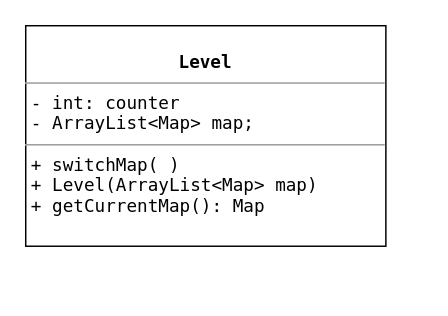
This is log/diagrams/UML/Alessia/Level.drawio from weiss25r/Progetto-ISS-2022-2023, a draw.io file, before an edit. Source tidied: cells renumbered, new cells numbered last; positions are measured from the earlier drawing's top-left corner, leaving out a move shared by most shapes. Both pictures are drawn from the tidied source at 147%, with x=0, y=0 at pixel (25, 25).
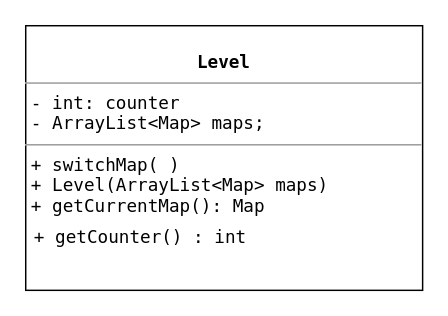
Above is the later version.

Commit message (it also covers changes not shown here):
Aggiornamenti Level

Change to the diagram source:
```diff
@@
 <mxGraphModel>
   <root>
     <mxCell id="0" />
     <mxCell id="1" parent="0" />
-    <mxCell id="2" value="&lt;p style=&quot;margin:0px;margin-top:4px;text-align:center;&quot;&gt;&lt;br&gt;&lt;b&gt;Level&lt;/b&gt;&lt;/p&gt;&lt;hr size=&quot;1&quot;&gt;&lt;p style=&quot;margin:0px;margin-left:4px;&quot;&gt;- int: counter&lt;/p&gt;&lt;p style=&quot;margin:0px;margin-left:4px;&quot;&gt;- ArrayList&amp;lt;Map&amp;gt; map;&lt;/p&gt;&lt;hr size=&quot;1&quot;&gt;&lt;p style=&quot;margin:0px;margin-left:4px;&quot;&gt;+ switchMap( )&lt;br&gt;+ Level(ArrayList&amp;lt;Map&amp;gt; map)&lt;/p&gt;&lt;p style=&quot;margin:0px;margin-left:4px;&quot;&gt;+ getCurrentMap(): Map&lt;/p&gt;&lt;p style=&quot;margin:0px;margin-left:4px;&quot;&gt;&lt;br&gt;&lt;/p&gt;" style="verticalAlign=top;align=left;overflow=fill;fontSize=12;fontFamily=Lucida Console;html=1;" parent="1" vertex="1">
-      <mxGeometry width="245" height="150" as="geometry" />
+    <mxCell id="2" value="&lt;p style=&quot;margin:0px;margin-top:4px;text-align:center;&quot;&gt;&lt;br&gt;&lt;b&gt;Level&lt;/b&gt;&lt;/p&gt;&lt;hr size=&quot;1&quot;&gt;&lt;p style=&quot;margin:0px;margin-left:4px;&quot;&gt;- int: counter&lt;/p&gt;&lt;p style=&quot;margin:0px;margin-left:4px;&quot;&gt;- ArrayList&amp;lt;Map&amp;gt; maps;&lt;/p&gt;&lt;hr size=&quot;1&quot;&gt;&lt;p style=&quot;margin:0px;margin-left:4px;&quot;&gt;+ switchMap( )&lt;br&gt;+ Level(ArrayList&amp;lt;Map&amp;gt; maps)&lt;/p&gt;&lt;p style=&quot;margin:0px;margin-left:4px;&quot;&gt;+ getCurrentMap(): Map&lt;/p&gt;&lt;p style=&quot;margin:0px;margin-left:4px;&quot;&gt;&lt;br&gt;&lt;/p&gt;" style="verticalAlign=top;align=left;overflow=fill;fontSize=12;fontFamily=Lucida Console;html=1;" parent="1" vertex="1">
+      <mxGeometry width="270" height="180" as="geometry" />
     </mxCell>
+    <mxCell id="3" value="+ getCounter() : int" style="text;strokeColor=none;fillColor=none;align=left;verticalAlign=top;spacingLeft=4;spacingRight=4;overflow=hidden;fontFamily=Lucida Console;" parent="1" vertex="1">
+      <mxGeometry y="130" width="160" height="26" as="geometry" />
+    </mxCell>
   </root>
 </mxGraphModel>
```
